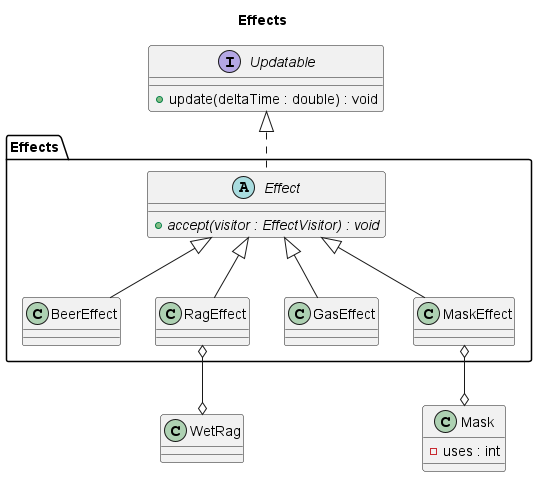
This is docs/img/diagrams/class/effects.png from sn4k3ch4rm3r/logarlec, a PlantUML export, as it was before one commit.
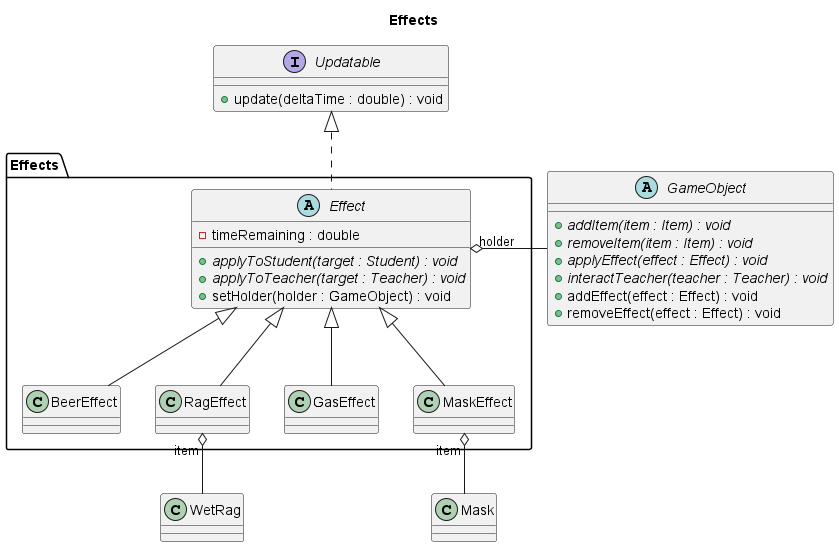
The same diagram one commit later.

What changed in the source:
```diff
@@ -4,7 +4,10 @@
 
 package Effects {
 	abstract Effect {
-		{abstract} + accept(visitor : EffectVisitor) : void
+		- timeRemaining : double
+		+ {abstract} applyToStudent(target : Student) : void
+		+ {abstract} applyToTeacher(target : Teacher) : void
+		+ setHolder(holder : GameObject) : void
 	}
 
 	class BeerEffect
@@ -12,22 +15,35 @@
 	class GasEffect
 	class MaskEffect
 
-	Effect <|-- BeerEffect
-	Effect <|-- RagEffect
-	Effect <|-- GasEffect
-	Effect <|-- MaskEffect
+	together {
+		Effect <|-- BeerEffect
+		Effect <|-- RagEffect
+		Effect <|-- GasEffect
+		Effect <|-- MaskEffect
+	}
+
 }
 
 interface Updatable {
 	+ update(deltaTime : double) : void
 }
 
-class Mask {
-	- uses : int
+abstract GameObject {
+	+ {abstract} addItem(item : Item) : void
+	+ {abstract} removeItem(item : Item) : void
+	+ {abstract} applyEffect(effect : Effect) : void
+	+ {abstract} interactTeacher(teacher : Teacher) : void
+	+ addEffect(effect : Effect) : void
+	+ removeEffect(effect : Effect) : void
 }
+
+class Mask
+class WetRag
+
 Updatable <|.- Effect
 
-RagEffect o--o WetRag
-MaskEffect o--o Mask
+Effect "holder" o- GameObject
+MaskEffect "item" o-- Mask
+RagEffect "item" o-- WetRag
 
 @enduml
```
